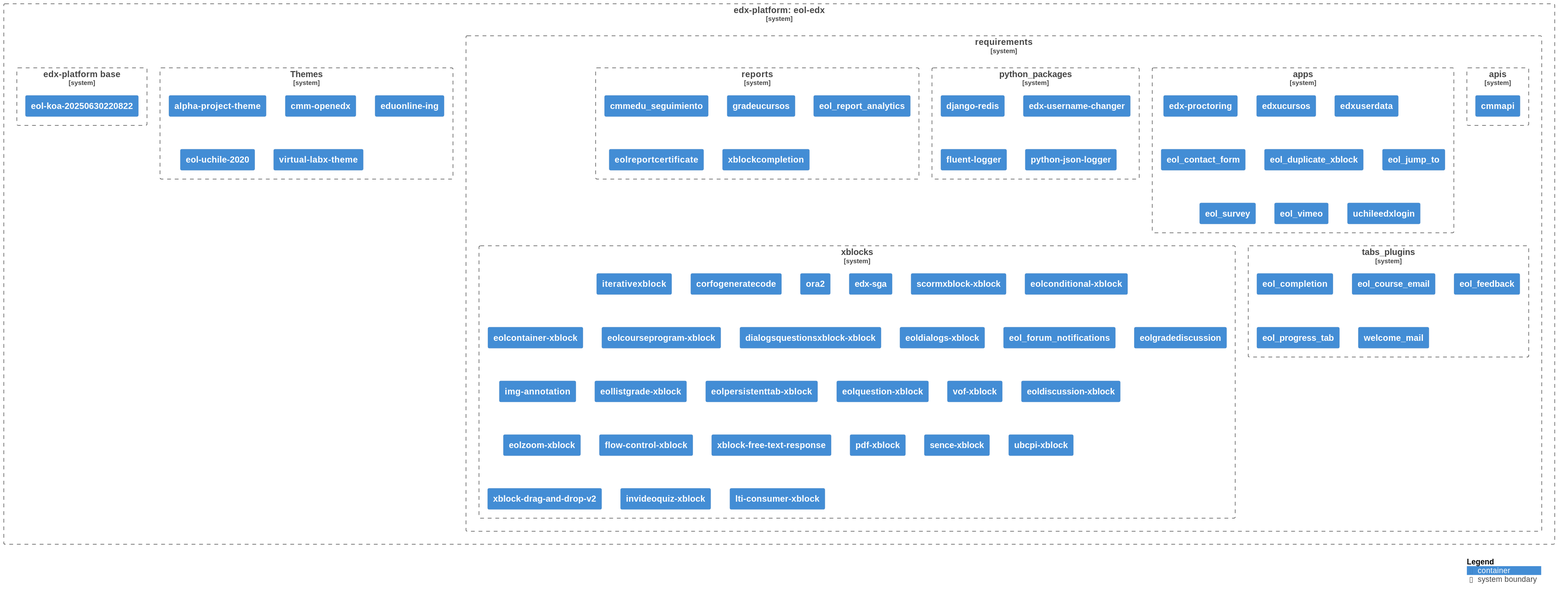
eol-uchile/eol-edx keeps this PlantUML diagram as diagrams/diagram.svg. Above is the earlier version.
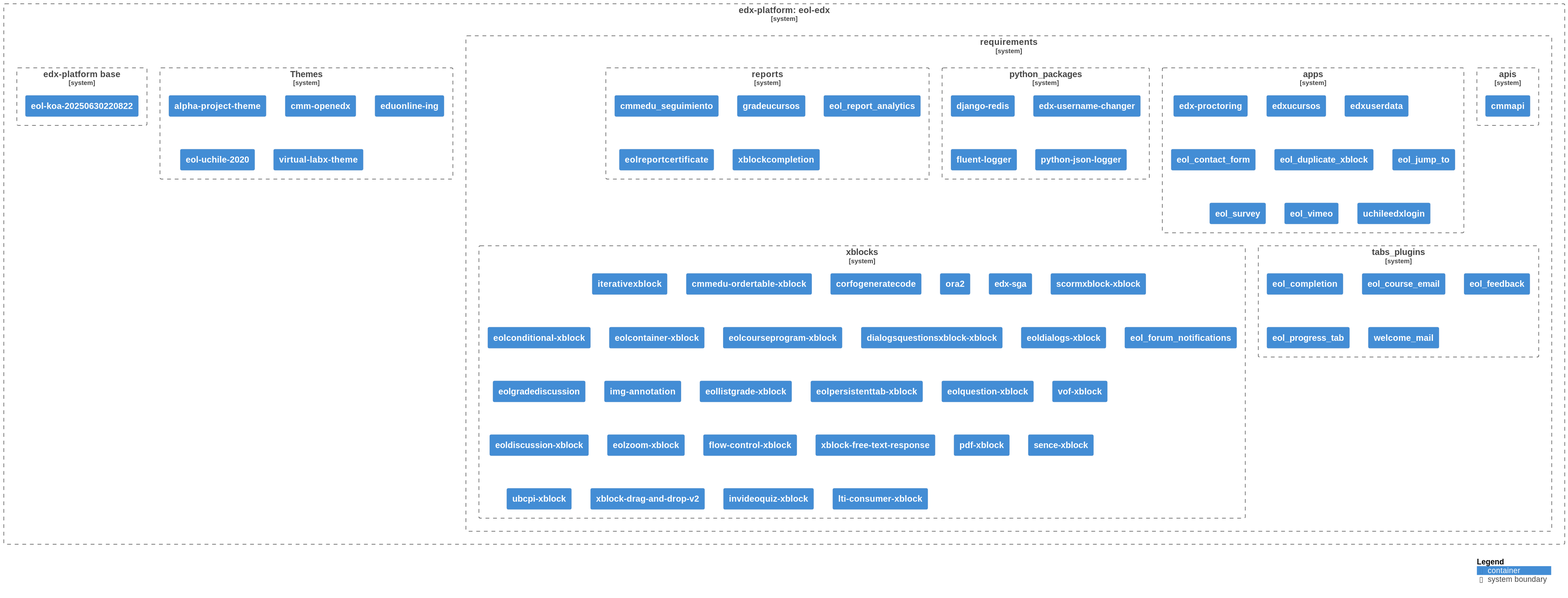
After the change.

Commit message:
chore: Auto-generate UML diagram

What changed in the source:
```diff
@@ -79,57 +79,59 @@
 
                 Container(xblocks1, "iterativexblock", $link="https://github.com/cmmedu/iterative-xblock/releases/tag/v1.0.5")
 
-                Container(xblocks2, "corfogeneratecode", $link="https://github.com/eol-uchile/corfo_generate_code/releases/tag/1.0.0")
+                Container(xblocks2, "cmmedu-ordertable-xblock", $link="https://github.com/cmmedu/cmmedu-ordertable-xblock/releases/tag/v1.0.1")
 
-                Container(xblocks3, "ora2", $link="https://github.com/eol-uchile/edx-ora2/commit/e873498bd2671b830f19a2441ec1608b7d4bbbc4")
+                Container(xblocks3, "corfogeneratecode", $link="https://github.com/eol-uchile/corfo_generate_code/releases/tag/1.0.0")
 
-                Container(xblocks4, "edx-sga", $link="https://github.com/eol-uchile/edx-sga/commit/12948a546025eddf570eee59820b0356d42f6620")
+                Container(xblocks4, "ora2", $link="https://github.com/eol-uchile/edx-ora2/commit/e873498bd2671b830f19a2441ec1608b7d4bbbc4")
 
-                Container(xblocks5, "scormxblock-xblock", $link="https://github.com/eol-uchile/edx_xblock_scorm/commit/c23184c0e22a7847f0b0c917bbe431c2973770fb")
+                Container(xblocks5, "edx-sga", $link="https://github.com/eol-uchile/edx-sga/commit/12948a546025eddf570eee59820b0356d42f6620")
 
-                Container(xblocks6, "eolconditional-xblock", $link="https://github.com/eol-uchile/eol-conditional-xblock/releases/tag/1.0.0")
+                Container(xblocks6, "scormxblock-xblock", $link="https://github.com/eol-uchile/edx_xblock_scorm/commit/c23184c0e22a7847f0b0c917bbe431c2973770fb")
 
-                Container(xblocks7, "eolcontainer-xblock", $link="https://github.com/eol-uchile/eol-container-xblock/releases/tag/v1.0.0")
+                Container(xblocks7, "eolconditional-xblock", $link="https://github.com/eol-uchile/eol-conditional-xblock/releases/tag/1.0.0")
 
-                Container(xblocks8, "eolcourseprogram-xblock", $link="https://github.com/eol-uchile/eol-course-program-xblock/commit/df549273a21c6b4674c6645940d7f33c4c8a2aea")
+                Container(xblocks8, "eolcontainer-xblock", $link="https://github.com/eol-uchile/eol-container-xblock/releases/tag/v1.0.0")
 
-                Container(xblocks9, "dialogsquestionsxblock-xblock", $link="https://github.com/eol-uchile/eol-dialogs-question-xblock/releases/tag/v1.0.0")
+                Container(xblocks9, "eolcourseprogram-xblock", $link="https://github.com/eol-uchile/eol-course-program-xblock/commit/df549273a21c6b4674c6645940d7f33c4c8a2aea")
 
-                Container(xblocks10, "eoldialogs-xblock", $link="https://github.com/eol-uchile/eol-dialogs-xblock/commit/d7386ecf32511ce720173276736a11cc3a1301c5")
+                Container(xblocks10, "dialogsquestionsxblock-xblock", $link="https://github.com/eol-uchile/eol-dialogs-question-xblock/releases/tag/v1.0.0")
 
-                Container(xblocks11, "eol_forum_notifications", $link="https://github.com/eol-uchile/eol_forum_notifications/releases/tag/1.0.0")
+                Container(xblocks11, "eoldialogs-xblock", $link="https://github.com/eol-uchile/eol-dialogs-xblock/commit/d7386ecf32511ce720173276736a11cc3a1301c5")
 
-                Container(xblocks12, "eolgradediscussion", $link="https://github.com/eol-uchile/eol_gradeforum_xblock/commit/1b5160b01a081aa68b42f9aed87845fa88b2b8a0")
+                Container(xblocks12, "eol_forum_notifications", $link="https://github.com/eol-uchile/eol_forum_notifications/releases/tag/1.0.0")
 
-                Container(xblocks13, "img-annotation", $link="https://github.com/eol-uchile/eol_img_annotation/commit/6af8b78deecc33e60be2f9549496895fd509da69")
+                Container(xblocks13, "eolgradediscussion", $link="https://github.com/eol-uchile/eol_gradeforum_xblock/commit/1b5160b01a081aa68b42f9aed87845fa88b2b8a0")
 
-                Container(xblocks14, "eollistgrade-xblock", $link="https://github.com/eol-uchile/eol_list_grade/releases/tag/1.0.0")
+                Container(xblocks14, "img-annotation", $link="https://github.com/eol-uchile/eol_img_annotation/commit/6af8b78deecc33e60be2f9549496895fd509da69")
 
-                Container(xblocks15, "eolpersistenttab-xblock", $link="https://github.com/eol-uchile/eol-persistent-tab-xblock/releases/tag/1.0.0")
+                Container(xblocks15, "eollistgrade-xblock", $link="https://github.com/eol-uchile/eol_list_grade/releases/tag/1.0.0")
 
-                Container(xblocks16, "eolquestion-xblock", $link="https://github.com/eol-uchile/eol-question-xblock/releases/tag/v1.0.0")
+                Container(xblocks16, "eolpersistenttab-xblock", $link="https://github.com/eol-uchile/eol-persistent-tab-xblock/releases/tag/1.0.0")
 
-                Container(xblocks17, "vof-xblock", $link="https://github.com/eol-uchile/eol-vof-xblock/releases/tag/v1.0.1")
+                Container(xblocks17, "eolquestion-xblock", $link="https://github.com/eol-uchile/eol-question-xblock/releases/tag/v1.0.0")
 
-                Container(xblocks18, "eoldiscussion-xblock", $link="https://github.com/eol-uchile/eol_xblock_discussion/releases/tag/1.0.0")
+                Container(xblocks18, "vof-xblock", $link="https://github.com/eol-uchile/eol-vof-xblock/releases/tag/v1.0.1")
 
-                Container(xblocks19, "eolzoom-xblock", $link="https://github.com/eol-uchile/eol-zoom-xblock/releases/tag/1.0.0")
+                Container(xblocks19, "eoldiscussion-xblock", $link="https://github.com/eol-uchile/eol_xblock_discussion/releases/tag/1.0.0")
 
-                Container(xblocks20, "flow-control-xblock", $link="https://github.com/eol-uchile/flow-control-xblock/releases/tag/v1.0.1")
+                Container(xblocks20, "eolzoom-xblock", $link="https://github.com/eol-uchile/eol-zoom-xblock/releases/tag/1.0.0")
 
-                Container(xblocks21, "xblock-free-text-response", $link="https://github.com/eol-uchile/free-text-response/commit/eec58e583bde6aa5098230e4c74a1e59fb9f7702")
+                Container(xblocks21, "flow-control-xblock", $link="https://github.com/eol-uchile/flow-control-xblock/releases/tag/v1.0.1")
 
-                Container(xblocks22, "pdf-xblock", $link="https://github.com/eol-uchile/pdfXBlock/releases/tag/v0.5.1")
+                Container(xblocks22, "xblock-free-text-response", $link="https://github.com/eol-uchile/free-text-response/commit/eec58e583bde6aa5098230e4c74a1e59fb9f7702")
 
-                Container(xblocks23, "sence-xblock", $link="https://github.com/eol-uchile/sence-xblock/commit/5371a282b1f189c3334920493928df38f28e50fa")
+                Container(xblocks23, "pdf-xblock", $link="https://github.com/eol-uchile/pdfXBlock/releases/tag/v0.5.1")
 
-                Container(xblocks24, "ubcpi-xblock", $link="https://github.com/eol-uchile/ubcpi/releases/tag/1.0.0")
+                Container(xblocks24, "sence-xblock", $link="https://github.com/eol-uchile/sence-xblock/commit/5371a282b1f189c3334920493928df38f28e50fa")
 
-                Container(xblocks25, "xblock-drag-and-drop-v2", $link="https://github.com/eol-uchile/xblock-drag-and-drop-v2/commit/58d8a691cf9210220925f3d2957b39a377f6704c")
+                Container(xblocks25, "ubcpi-xblock", $link="https://github.com/eol-uchile/ubcpi/releases/tag/1.0.0")
 
-                Container(xblocks26, "invideoquiz-xblock", $link="https://github.com/eol-uchile/xblock-in-video-quiz/commit/1555dcbd96341f19b76f915f0135f46192869796")
+                Container(xblocks26, "xblock-drag-and-drop-v2", $link="https://github.com/eol-uchile/xblock-drag-and-drop-v2/commit/58d8a691cf9210220925f3d2957b39a377f6704c")
 
-                Container(xblocks27, "lti-consumer-xblock", $link="https://github.com/eol-uchile/xblock-lti-consumer/commit/b1384343be9ae1a4d6de5760a3a5c1475a3024cf")
+                Container(xblocks27, "invideoquiz-xblock", $link="https://github.com/eol-uchile/xblock-in-video-quiz/commit/1555dcbd96341f19b76f915f0135f46192869796")
+
+                Container(xblocks28, "lti-consumer-xblock", $link="https://github.com/eol-uchile/xblock-lti-consumer/commit/b1384343be9ae1a4d6de5760a3a5c1475a3024cf")
 
             }
 
```
